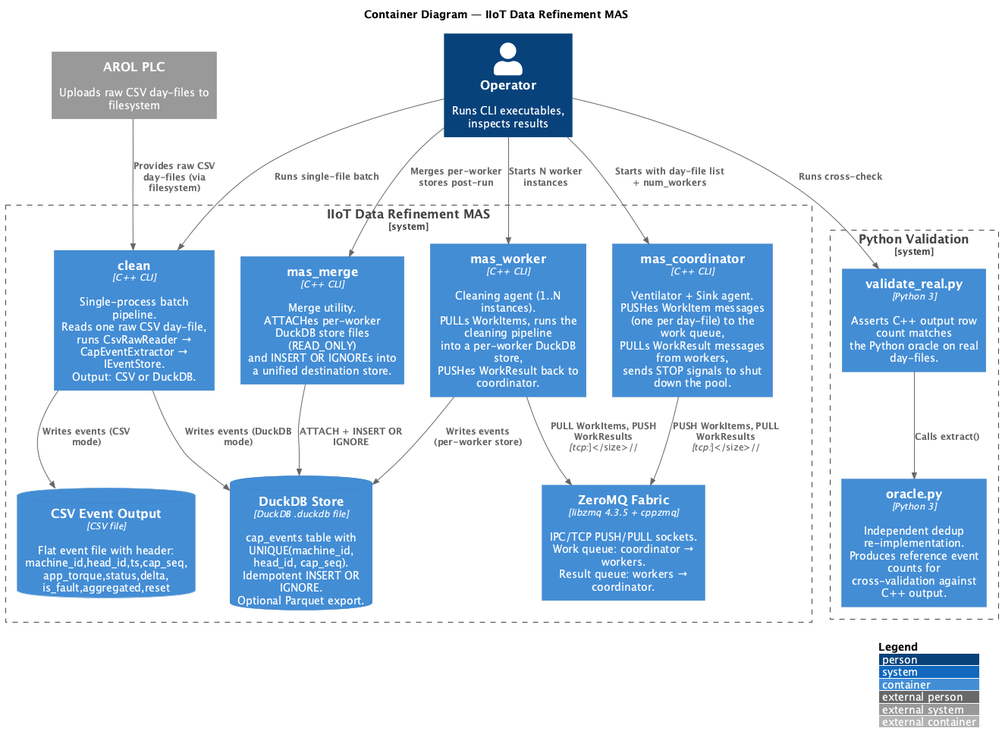
Giuseppeclv008/QuerProjectQ3 keeps this PlantUML diagram as docs/diagrams/C4_Container.png. Above is the earlier version. The source it was exported from:
```plantuml
@startuml C4_Container
!include https://raw.githubusercontent.com/plantuml-stdlib/C4-PlantUML/master/C4_Container.puml

LAYOUT_WITH_LEGEND()
title Container Diagram — IIoT Data Refinement MAS

Person(operator, "Operator", "Runs CLI executables, inspects results")
System_Ext(plc, "AROL PLC", "Uploads raw CSV day-files to filesystem")

System_Boundary(mas, "IIoT Data Refinement MAS") {

    Container(clean, "clean", "C++ CLI", "Single-process batch pipeline.\nReads one raw CSV day-file, runs CsvRawReader → CapEventExtractor → IEventStore.\nOutput: CSV or DuckDB.")

    Container(coordinator, "mas_coordinator", "C++ CLI", "Ventilator + Sink agent.\nPUSHes WorkItem messages (one per day-file) to the work queue,\nPULLs WorkResult messages from workers,\nsends STOP signals to shut down the pool.")

    Container(worker, "mas_worker", "C++ CLI", "Cleaning agent (1..N instances).\nPULLs WorkItems, runs the cleaning pipeline\ninto a per-worker DuckDB store,\nPUSHes WorkResult back to coordinator.")

    Container(merge, "mas_merge", "C++ CLI", "Merge utility.\nATTACHes per-worker DuckDB store files (READ_ONLY)\nand INSERT OR IGNOREs into a unified destination store.")

    ContainerDb(duckdb, "DuckDB Store", "DuckDB .duckdb file", "cap_events table with\nUNIQUE(machine_id, head_id, cap_seq).\nIdempotent INSERT OR IGNORE.\nOptional Parquet export.")

    ContainerDb(csv_out, "CSV Event Output", "CSV file", "Flat event file with header:\nmachine_id,head_id,ts,cap_seq,\napp_torque,status,delta,\nis_fault,aggregated,reset")

    Container(zmq, "ZeroMQ Fabric", "libzmq 4.3.5 + cppzmq", "IPC/TCP PUSH/PULL sockets.\nWork queue: coordinator → workers.\nResult queue: workers → coordinator.")
}

System_Boundary(validation, "Python Validation") {
    Container(py_oracle, "oracle.py", "Python 3", "Independent dedup re-implementation.\nProduces reference event counts for\ncross-validation against C++ output.")
    Container(py_validate, "validate_real.py", "Python 3", "Asserts C++ output row count matches\nthe Python oracle on real day-files.")
}

Rel(plc, clean, "Provides raw CSV day-files (via filesystem)")
Rel(operator, clean, "Runs single-file batch")
Rel(operator, coordinator, "Starts with day-file list + num_workers")
Rel(operator, worker, "Starts N worker instances")
Rel(operator, merge, "Merges per-worker stores post-run")

Rel(coordinator, zmq, "PUSH WorkItems, PULL WorkResults", "tcp://")
Rel(worker, zmq, "PULL WorkItems, PUSH WorkResults", "tcp://")
Rel(clean, csv_out, "Writes events (CSV mode)")
Rel(clean, duckdb, "Writes events (DuckDB mode)")
Rel(worker, duckdb, "Writes events (per-worker store)")
Rel(merge, duckdb, "ATTACH + INSERT OR IGNORE")

Rel(operator, py_validate, "Runs cross-check")
Rel(py_validate, py_oracle, "Calls extract()")

@enduml
```
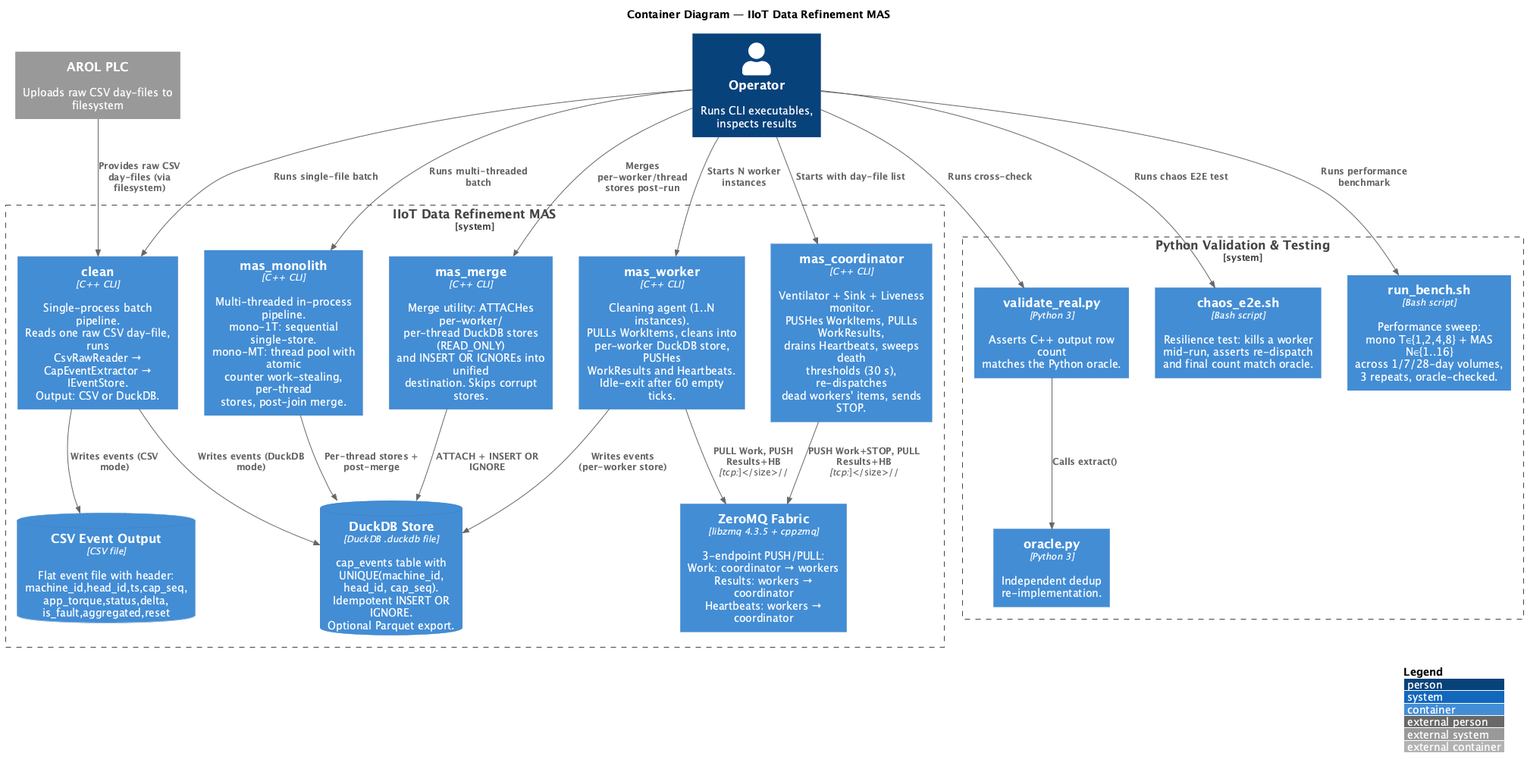
After the commit.

Commit message:
docs: refresh README and C4 diagrams for the 4-layer core, monolith, and resilience work

Diff of the diagram source:
```diff
@@ -9,39 +9,47 @@
 
 System_Boundary(mas, "IIoT Data Refinement MAS") {
 
-    Container(clean, "clean", "C++ CLI", "Single-process batch pipeline.\nReads one raw CSV day-file, runs CsvRawReader → CapEventExtractor → IEventStore.\nOutput: CSV or DuckDB.")
+    Container(clean, "clean", "C++ CLI", "Single-process batch pipeline.\nReads one raw CSV day-file, runs\nCsvRawReader → CapEventExtractor → IEventStore.\nOutput: CSV or DuckDB.")
 
-    Container(coordinator, "mas_coordinator", "C++ CLI", "Ventilator + Sink agent.\nPUSHes WorkItem messages (one per day-file) to the work queue,\nPULLs WorkResult messages from workers,\nsends STOP signals to shut down the pool.")
+    Container(monolith, "mas_monolith", "C++ CLI", "Multi-threaded in-process pipeline.\nmono-1T: sequential single-store.\nmono-MT: thread pool with atomic\ncounter work-stealing, per-thread\nstores, post-join merge.")
 
-    Container(worker, "mas_worker", "C++ CLI", "Cleaning agent (1..N instances).\nPULLs WorkItems, runs the cleaning pipeline\ninto a per-worker DuckDB store,\nPUSHes WorkResult back to coordinator.")
+    Container(coordinator, "mas_coordinator", "C++ CLI", "Ventilator + Sink + Liveness monitor.\nPUSHes WorkItems, PULLs WorkResults,\ndrains Heartbeats, sweeps death\nthresholds (30 s), re-dispatches\ndead workers' items, sends STOP.")
 
-    Container(merge, "mas_merge", "C++ CLI", "Merge utility.\nATTACHes per-worker DuckDB store files (READ_ONLY)\nand INSERT OR IGNOREs into a unified destination store.")
+    Container(worker, "mas_worker", "C++ CLI", "Cleaning agent (1..N instances).\nPULLs WorkItems, cleans into\nper-worker DuckDB store, PUSHes\nWorkResults and Heartbeats.\nIdle-exit after 60 empty ticks.")
+
+    Container(merge, "mas_merge", "C++ CLI", "Merge utility: ATTACHes per-worker/\nper-thread DuckDB stores (READ_ONLY)\nand INSERT OR IGNOREs into unified\ndestination. Skips corrupt stores.")
 
     ContainerDb(duckdb, "DuckDB Store", "DuckDB .duckdb file", "cap_events table with\nUNIQUE(machine_id, head_id, cap_seq).\nIdempotent INSERT OR IGNORE.\nOptional Parquet export.")
 
     ContainerDb(csv_out, "CSV Event Output", "CSV file", "Flat event file with header:\nmachine_id,head_id,ts,cap_seq,\napp_torque,status,delta,\nis_fault,aggregated,reset")
 
-    Container(zmq, "ZeroMQ Fabric", "libzmq 4.3.5 + cppzmq", "IPC/TCP PUSH/PULL sockets.\nWork queue: coordinator → workers.\nResult queue: workers → coordinator.")
+    Container(zmq, "ZeroMQ Fabric", "libzmq 4.3.5 + cppzmq", "3-endpoint PUSH/PULL:\nWork: coordinator → workers\nResults: workers → coordinator\nHeartbeats: workers → coordinator")
 }
 
-System_Boundary(validation, "Python Validation") {
-    Container(py_oracle, "oracle.py", "Python 3", "Independent dedup re-implementation.\nProduces reference event counts for\ncross-validation against C++ output.")
-    Container(py_validate, "validate_real.py", "Python 3", "Asserts C++ output row count matches\nthe Python oracle on real day-files.")
+System_Boundary(validation, "Python Validation & Testing") {
+    Container(py_oracle, "oracle.py", "Python 3", "Independent dedup re-implementation.")
+    Container(py_validate, "validate_real.py", "Python 3", "Asserts C++ output row count\nmatches the Python oracle.")
+    Container(chaos, "chaos_e2e.sh", "Bash script", "Resilience test: kills a worker\nmid-run, asserts re-dispatch\nand final count match oracle.")
+    Container(bench, "run_bench.sh", "Bash script", "Performance sweep:\nmono T∈{1,2,4,8} + MAS N∈{1..16}\nacross 1/7/28-day volumes,\n3 repeats, oracle-checked.")
 }
 
 Rel(plc, clean, "Provides raw CSV day-files (via filesystem)")
 Rel(operator, clean, "Runs single-file batch")
-Rel(operator, coordinator, "Starts with day-file list + num_workers")
+Rel(operator, monolith, "Runs multi-threaded batch")
+Rel(operator, coordinator, "Starts with day-file list")
 Rel(operator, worker, "Starts N worker instances")
-Rel(operator, merge, "Merges per-worker stores post-run")
+Rel(operator, merge, "Merges per-worker/thread stores post-run")
 
-Rel(coordinator, zmq, "PUSH WorkItems, PULL WorkResults", "tcp://")
-Rel(worker, zmq, "PULL WorkItems, PUSH WorkResults", "tcp://")
+Rel(coordinator, zmq, "PUSH Work+STOP, PULL Results+HB", "tcp://")
+Rel(worker, zmq, "PULL Work, PUSH Results+HB", "tcp://")
 Rel(clean, csv_out, "Writes events (CSV mode)")
 Rel(clean, duckdb, "Writes events (DuckDB mode)")
+Rel(monolith, duckdb, "Per-thread stores + post-merge")
 Rel(worker, duckdb, "Writes events (per-worker store)")
 Rel(merge, duckdb, "ATTACH + INSERT OR IGNORE")
 
+Rel(operator, chaos, "Runs chaos E2E test")
+Rel(operator, bench, "Runs performance benchmark")
 Rel(operator, py_validate, "Runs cross-check")
 Rel(py_validate, py_oracle, "Calls extract()")
 
```
